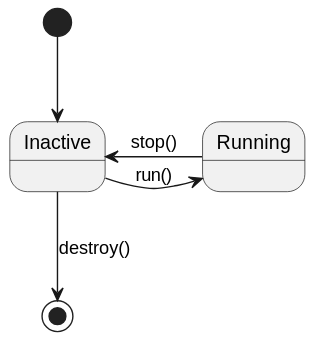
Earlier version of the PlantUML export modelosUML/modeloDeDominio/diagramaDeEstados.svg (pablarce/23-24-IdSw2-SDD).
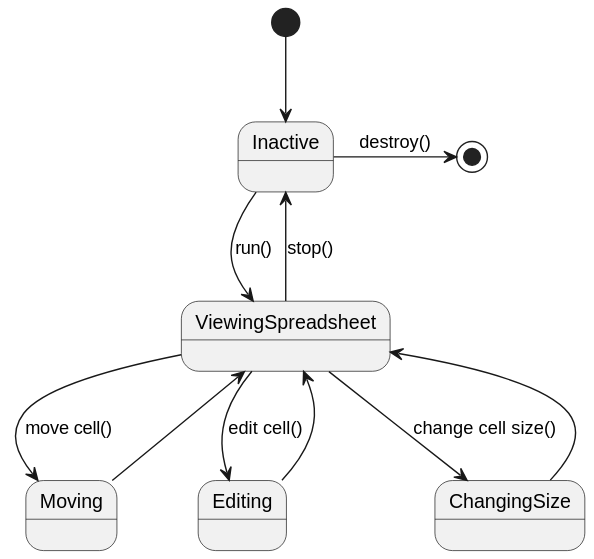
After the commit.

Change to the diagram source:
```diff
@@ -1,8 +1,17 @@
 @startuml
 [*] -d-> Inactive
 
-Inactive -r-> Running : run()
+Inactive -d-> ViewingSpreadsheet : run()
+ViewingSpreadsheet --> Inactive : stop()
 
-Running -l-> Inactive : stop()
-Inactive -d-> [*] : destroy()
+ViewingSpreadsheet --> Moving : move cell()
+Moving --> ViewingSpreadsheet
+
+ViewingSpreadsheet --> Editing : edit cell()
+Editing --> ViewingSpreadsheet
+
+ViewingSpreadsheet --> ChangingSize : change cell size()
+ChangingSize --> ViewingSpreadsheet
+
+Inactive -r-> [*] : destroy()
 @enduml
```
